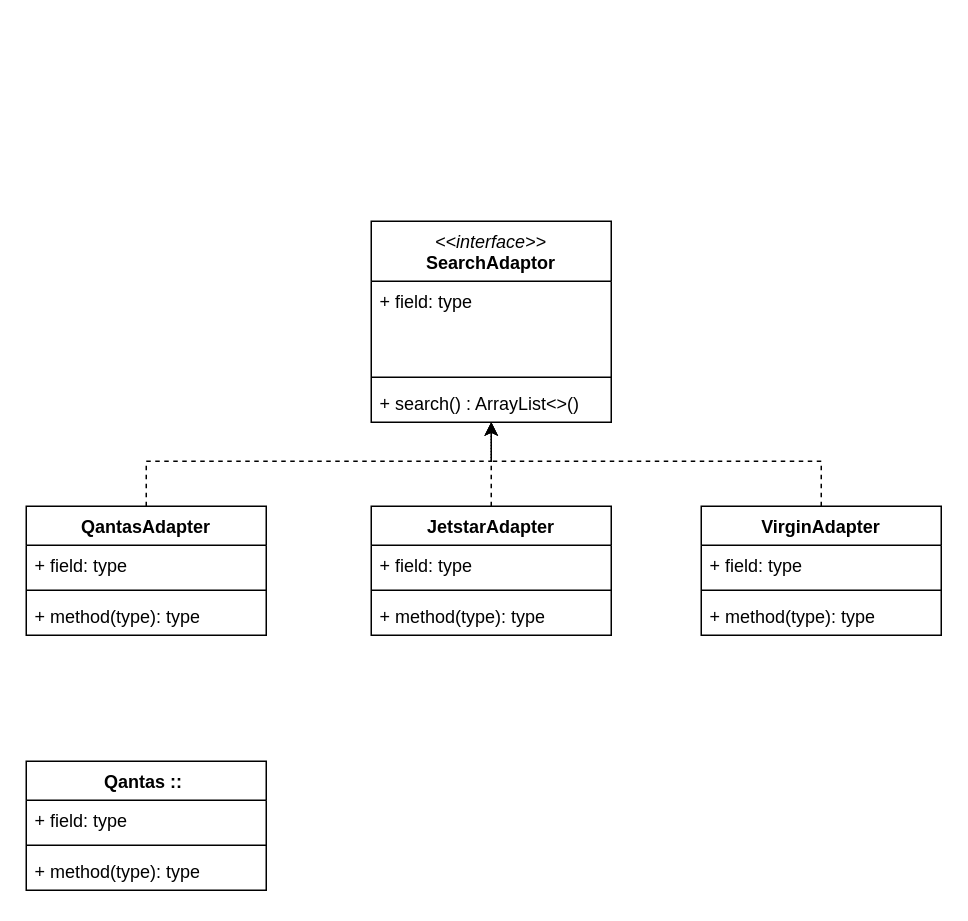
Earlier version of the draw.io diagram workshop8-week9.drawio (antonykimuom/SWEN30006-2025-SM1-workshop1-tuew05-14-00-team-12). Source tidied: cells renumbered, new cells numbered last; positions are measured from the earlier drawing's top-left corner, leaving out a move shared by most shapes. Both pictures are drawn from the tidied source at 150%, with x=0, y=0 at pixel (26, 220).
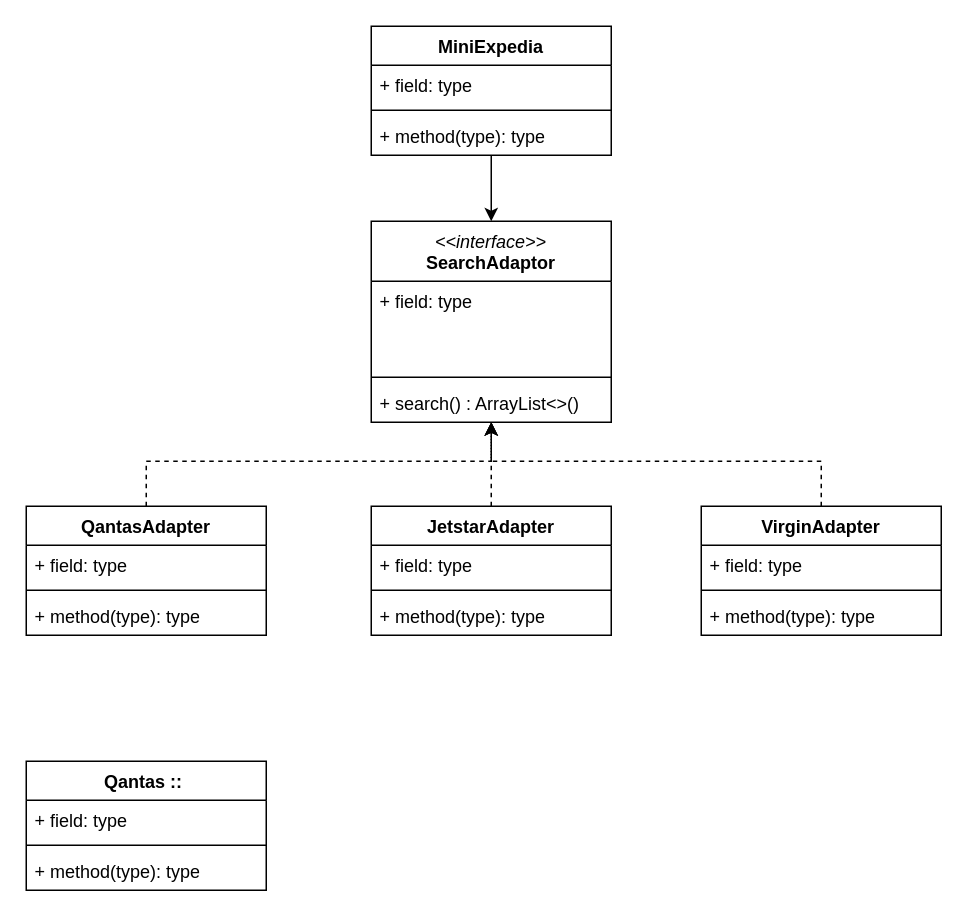
The same diagram, later.

The change refers to these unchanged cells:
```xml
<mxCell id="7" value="&lt;div&gt;&lt;span style=&quot;font-weight: normal;&quot;&gt;&lt;i&gt;&amp;lt;&amp;lt;interface&amp;gt;&amp;gt;&lt;/i&gt;&lt;/span&gt;&lt;/div&gt;SearchAdaptor" style="swimlane;fontStyle=1;align=center;verticalAlign=top;horizontal=1;startSize=40;whiteSpace=wrap;html=1;" parent="1" vertex="1">
  <mxGeometry x="230" width="160" height="134" as="geometry" />
</mxCell>
```

Diff of the diagram source:
```diff
@@
+    <mxCell id="25" style="edgeStyle=orthogonalEdgeStyle;rounded=0;jettySize=auto;html=1;entryX=0.5;entryY=0;entryDx=0;entryDy=0;" parent="1" edge="1" source="26" target="7">
+      <mxGeometry relative="1" as="geometry" />
+    </mxCell>
@@
+    <mxCell id="26" value="MiniExpedia" style="swimlane;fontStyle=1;align=center;verticalAlign=top;horizontal=1;startSize=26;whiteSpace=wrap;html=1;" parent="1" vertex="1">
+      <mxGeometry x="230" y="-130" width="160" height="86" as="geometry" />
+    </mxCell>
+    <mxCell id="27" value="+ field: type" style="text;strokeColor=none;fillColor=none;align=left;verticalAlign=top;spacingLeft=4;spacingRight=4;overflow=hidden;whiteSpace=wrap;html=1;" parent="26" vertex="1">
+      <mxGeometry y="26" width="160" height="26" as="geometry" />
+    </mxCell>
+    <mxCell id="28" style="line;strokeWidth=1;fillColor=none;align=left;verticalAlign=middle;spacingTop=-1;spacingLeft=3;spacingRight=3;labelPosition=right;strokeColor=inherit;" parent="26" vertex="1">
+      <mxGeometry y="52" width="160" height="8" as="geometry" />
+    </mxCell>
+    <mxCell id="29" value="+ method(type): type" style="text;strokeColor=none;fillColor=none;align=left;verticalAlign=top;spacingLeft=4;spacingRight=4;overflow=hidden;whiteSpace=wrap;html=1;" parent="26" vertex="1">
+      <mxGeometry y="60" width="160" height="26" as="geometry" />
+    </mxCell>
```
